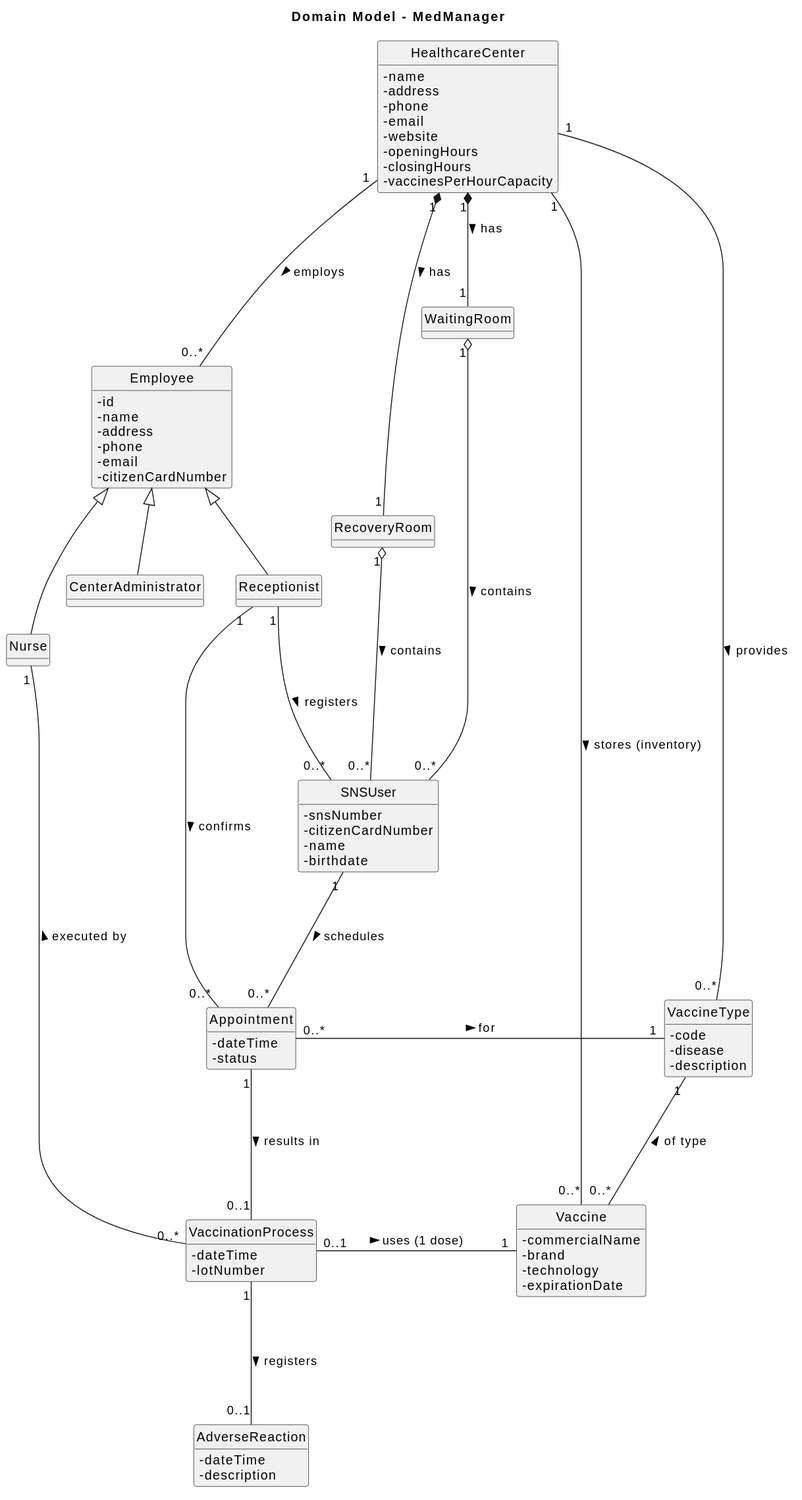
Above: Documentation/global-artifacts/svg/DM.svg in Andre-1240567/fsoft2026_1DD_1 (PlantUML), before the change. The source it was exported from:
```plantuml
@startuml
title Domain Model - MedManager
skinparam classAttributeIconSize 0
hide circle
hide methods
top to bottom direction

class Employee {
    - id
    - name
    - address
    - phone
    - email
    - citizenCardNumber
}

class CenterAdministrator extends Employee {
}

class Nurse extends Employee {
}

class Receptionist extends Employee {
}

class HealthcareCenter {
    - name
    - address
    - phone
    - email
    - website
    - openingHours
    - closingHours
    - vaccinesPerHourCapacity
}

class WaitingRoom {
}

class RecoveryRoom {
}

class SNSUser {
    - snsNumber
    - citizenCardNumber
    - name
    - birthdate
}

class Appointment {
    - dateTime
    - status
}

class AdverseReaction {
    - dateTime
    - description
}

class VaccinationProcess {
    - dateTime
    - lotNumber
}

class Vaccine {
    - commercialName
    - brand
    - technology
    - expirationDate
}

class VaccineType {
    - code
    - disease
    - description
}


HealthcareCenter "1" *-- "1" WaitingRoom : has >
HealthcareCenter "1" *-- "1" RecoveryRoom : has >
HealthcareCenter "1" -down-- "0..*" Employee : employs >
HealthcareCenter "1" -right-- "0..*" VaccineType : provides >
HealthcareCenter "1" -down-- "0..*" Vaccine : stores (inventory) >


WaitingRoom "1" o-- "0..*" SNSUser : contains >
RecoveryRoom "1" o-- "0..*" SNSUser : contains >


Receptionist "1" -down-- "0..*" SNSUser: registers >
Receptionist "1" -down-- "0..*" Appointment : confirms >


SNSUser "1" -down-- "0..*" Appointment : schedules >
Appointment "0..*" -right-- "1" VaccineType : for >


Appointment "1" -down-- "0..1" VaccinationProcess : results in >
VaccinationProcess "0..*" -left-- "1" Nurse : executed by >
VaccinationProcess "0..1" -right-- "1" Vaccine : uses (1 dose) >
VaccinationProcess "1" -down-- "0..1" AdverseReaction : registers >


Vaccine "0..*" -up-- "1" VaccineType : of type >
@enduml
```
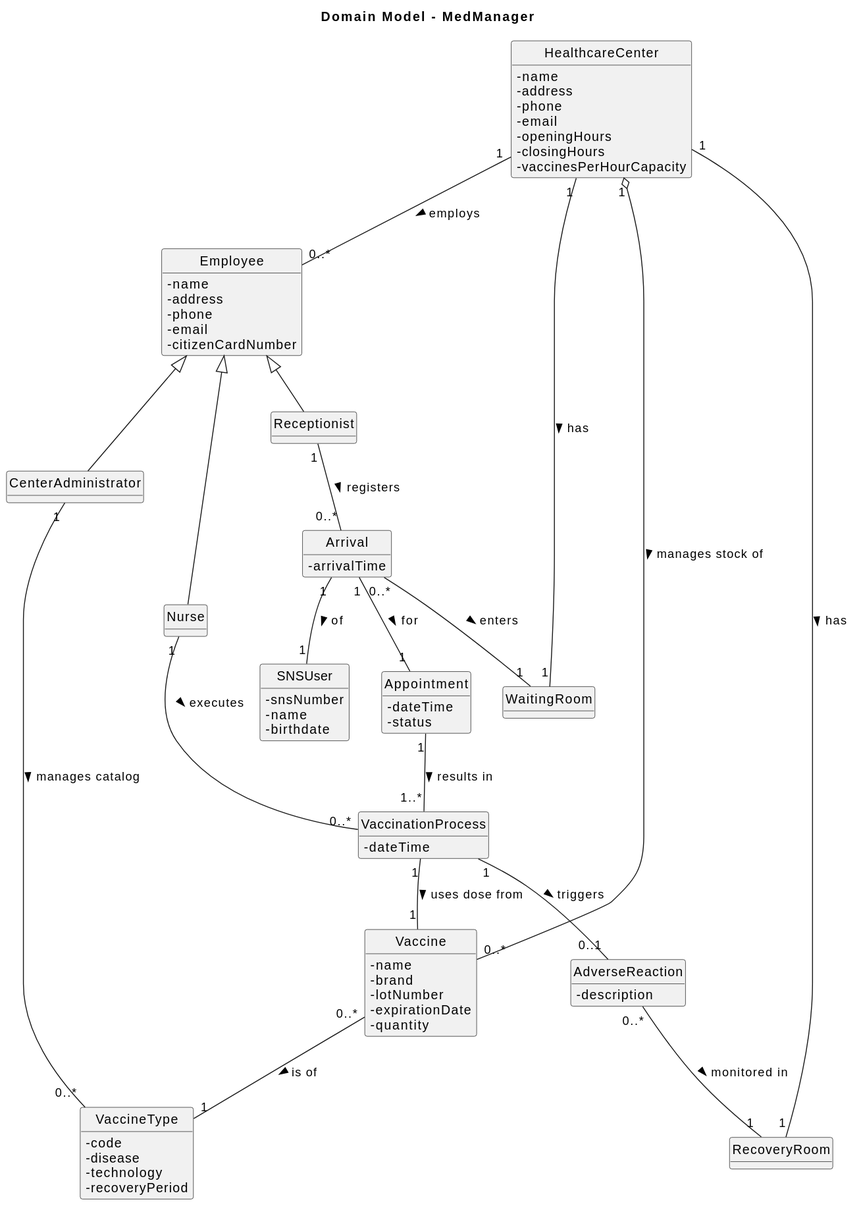
Later version of the same file.

The edit, as a diff of the source:
```diff
@@ -6,7 +6,6 @@
 top to bottom direction
 
 class Employee {
-    - id
     - name
     - address
     - phone
@@ -14,35 +13,25 @@
     - citizenCardNumber
 }
 
-class CenterAdministrator extends Employee {
-}
-
-class Nurse extends Employee {
-}
-
-class Receptionist extends Employee {
-}
+class CenterAdministrator extends Employee
+class Nurse extends Employee
+class Receptionist extends Employee
 
 class HealthcareCenter {
     - name
     - address
     - phone
     - email
-    - website
     - openingHours
     - closingHours
     - vaccinesPerHourCapacity
 }
 
-class WaitingRoom {
-}
-
-class RecoveryRoom {
-}
+class WaitingRoom
+class RecoveryRoom
 
 class SNSUser {
     - snsNumber
-    - citizenCardNumber
     - name
     - birthdate
 }
@@ -52,54 +41,52 @@
     - status
 }
 
+class Arrival {
+    - arrivalTime
+}
+
 class AdverseReaction {
-    - dateTime
     - description
 }
 
 class VaccinationProcess {
     - dateTime
-    - lotNumber
 }
 
 class Vaccine {
-    - commercialName
+    - name
     - brand
-    - technology
+    - lotNumber
     - expirationDate
+    - quantity
 }
 
 class VaccineType {
     - code
     - disease
-    - description
+    - technology
+    - recoveryPeriod
 }
 
 
-HealthcareCenter "1" *-- "1" WaitingRoom : has >
-HealthcareCenter "1" *-- "1" RecoveryRoom : has >
-HealthcareCenter "1" -down-- "0..*" Employee : employs >
-HealthcareCenter "1" -right-- "0..*" VaccineType : provides >
-HealthcareCenter "1" -down-- "0..*" Vaccine : stores (inventory) >
+HealthcareCenter "1" -- "1" WaitingRoom : has >
+HealthcareCenter "1" -- "1" RecoveryRoom : has >
+HealthcareCenter "1" -- "0..*" Employee : employs >
+HealthcareCenter "1" o-- "0..*" Vaccine : manages stock of >
 
+CenterAdministrator "1" -- "0..*" VaccineType : manages catalog >
 
-WaitingRoom "1" o-- "0..*" SNSUser : contains >
-RecoveryRoom "1" o-- "0..*" SNSUser : contains >
+Receptionist "1" -- "0..*" Arrival : registers >
+Arrival "0..*" -- "1" WaitingRoom : enters >
+Arrival "1" -- "1" SNSUser : of >
+Arrival "1" -- "1" Appointment : for >
 
+Nurse "1" -- "0..*" VaccinationProcess : executes >
+Appointment "1" -- "1..*" VaccinationProcess : results in >
+VaccinationProcess "1" -- "1" Vaccine : uses dose from >
 
-Receptionist "1" -down-- "0..*" SNSUser: registers >
-Receptionist "1" -down-- "0..*" Appointment : confirms >
+VaccinationProcess "1" -- "0..1" AdverseReaction : triggers >
+AdverseReaction "0..*" -- "1" RecoveryRoom : monitored in >
 
-
-SNSUser "1" -down-- "0..*" Appointment : schedules >
-Appointment "0..*" -right-- "1" VaccineType : for >
-
-
-Appointment "1" -down-- "0..1" VaccinationProcess : results in >
-VaccinationProcess "0..*" -left-- "1" Nurse : executed by >
-VaccinationProcess "0..1" -right-- "1" Vaccine : uses (1 dose) >
-VaccinationProcess "1" -down-- "0..1" AdverseReaction : registers >
-
-
-Vaccine "0..*" -up-- "1" VaccineType : of type >
+Vaccine "0..*" -- "1" VaccineType : is of >
 @enduml
```
